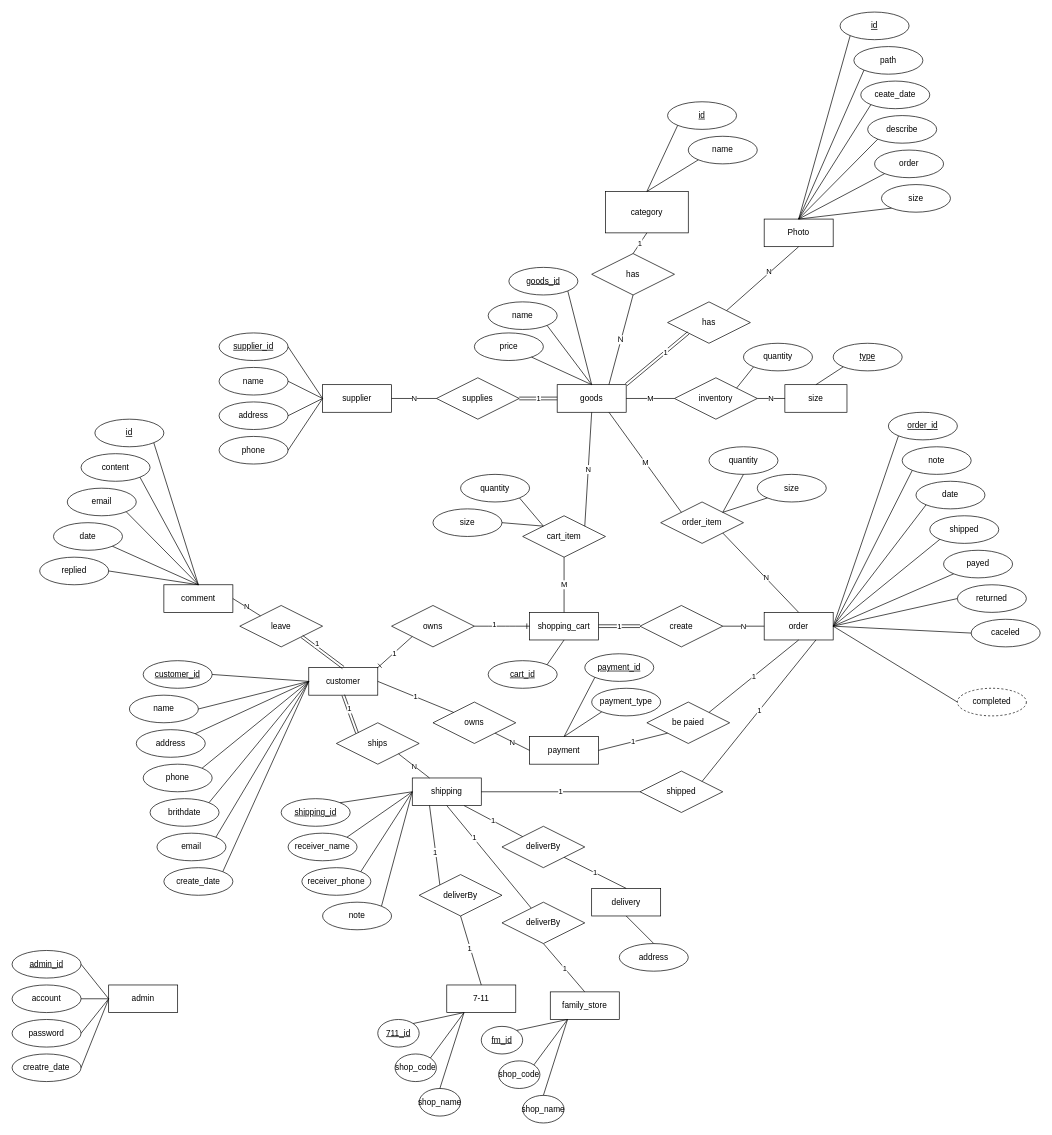
Earlier version of the draw.io diagram ERDiagram.drawio (BoshiLee/ecommerce). Source tidied: cells renumbered, new cells numbered last; positions are measured from the earlier drawing's top-left corner, leaving out a move shared by most shapes. Both pictures are drawn from the tidied source at 69%, with x=0, y=0 at pixel (12, 12).
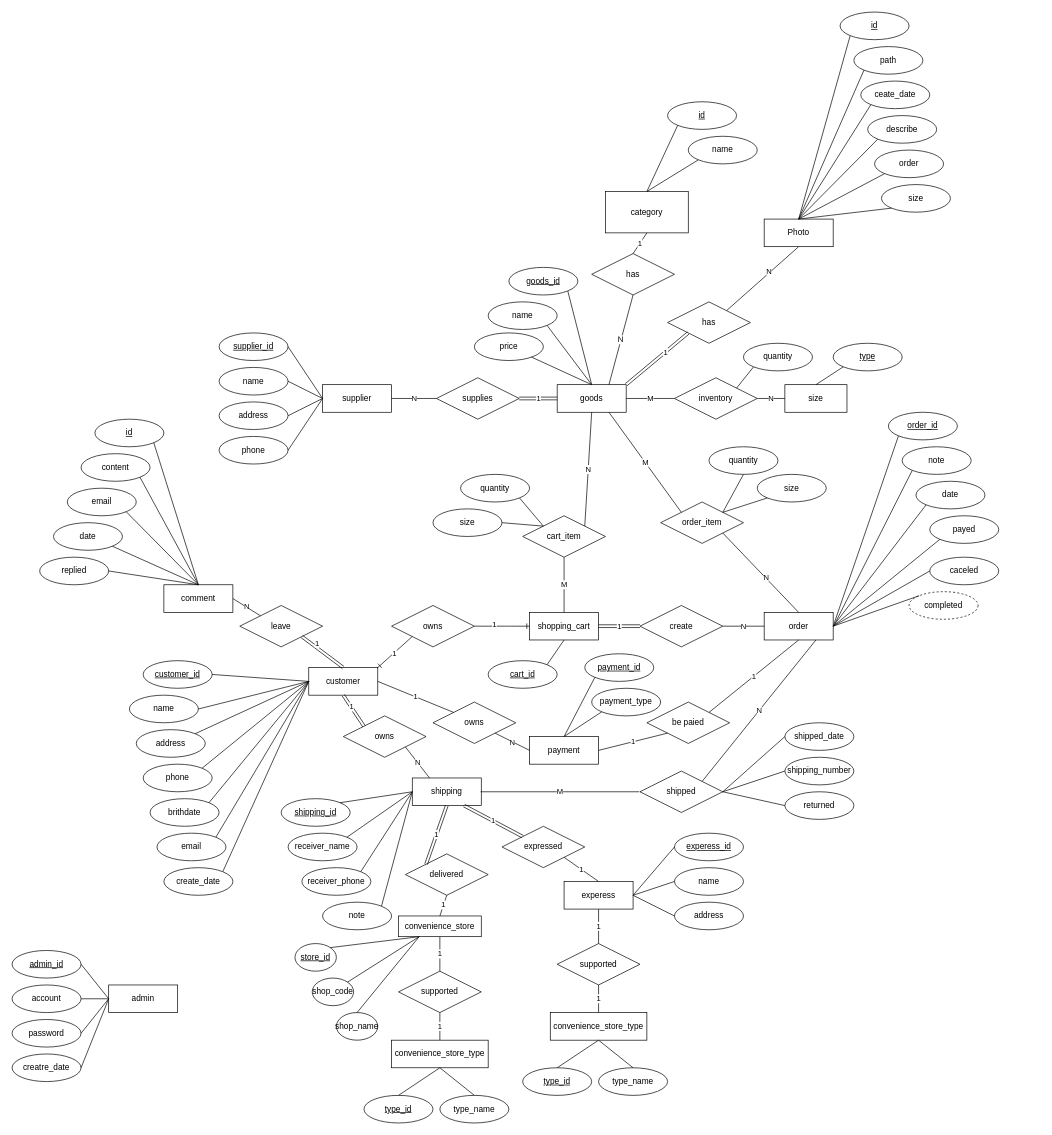
The same diagram, later.

The change refers to these unchanged cells:
```xml
<mxCell id="37" value="shipping" style="whiteSpace=wrap;html=1;align=center;" parent="1" vertex="1">
  <mxGeometry x="580" y="1110" width="100" height="40" as="geometry" />
</mxCell>
<mxCell id="41" value="order" style="whiteSpace=wrap;html=1;align=center;" parent="1" vertex="1">
  <mxGeometry x="1090" y="870" width="100" height="40" as="geometry" />
</mxCell>
<mxCell id="195" value="shipped" style="shape=rhombus;perimeter=rhombusPerimeter;whiteSpace=wrap;html=1;align=center;" parent="1" vertex="1">
  <mxGeometry x="910" y="1100" width="120" height="60" as="geometry" />
</mxCell>
```

Change to the diagram source:
```diff
@@
-    <mxCell id="40" value="ships" style="shape=rhombus;perimeter=rhombusPerimeter;whiteSpace=wrap;html=1;align=center;" parent="1" vertex="1">
-      <mxGeometry x="470" y="1030" width="120" height="60" as="geometry" />
+    <mxCell id="40" value="owns" style="shape=rhombus;perimeter=rhombusPerimeter;whiteSpace=wrap;html=1;align=center;" parent="1" vertex="1">
+      <mxGeometry x="480" y="1020" width="120" height="60" as="geometry" />
     </mxCell>
@@
-    <mxCell id="107" style="endArrow=none;html=1;rounded=0;entryX=0.25;entryY=1;entryDx=0;entryDy=0;exitX=0;exitY=0;exitDx=0;exitDy=0;" parent="1" edge="1" source="124" target="37">
-      <mxGeometry relative="1" as="geometry" />
-    </mxCell>
-    <mxCell id="108" value="1" style="edgeLabel;html=1;align=center;verticalAlign=middle;" parent="107" vertex="1">
-      <mxGeometry x="-0.18" y="1" relative="1" as="geometry" />
-    </mxCell>
-    <mxCell id="109" style="endArrow=none;html=1;rounded=0;entryX=0.5;entryY=1;entryDx=0;entryDy=0;exitX=0.5;exitY=0;exitDx=0;exitDy=0;" parent="1" edge="1" source="128" target="135">
-      <mxGeometry relative="1" as="geometry" />
-    </mxCell>
-    <mxCell id="110" value="1" style="edgeLabel;html=1;align=center;verticalAlign=middle;" parent="109" vertex="1">
-      <mxGeometry x="-0.03" relative="1" as="geometry" />
-    </mxCell>
-    <mxCell id="111" style="endArrow=none;html=1;rounded=0;entryX=0.5;entryY=1;entryDx=0;entryDy=0;" parent="1" edge="1" source="135" target="37">
-      <mxGeometry relative="1" as="geometry" />
-    </mxCell>
-    <mxCell id="112" value="1" style="edgeLabel;html=1;align=center;verticalAlign=middle;" parent="111" vertex="1">
-      <mxGeometry x="0.37" y="-1" relative="1" as="geometry" />
-    </mxCell>
-    <mxCell id="113" value="7-11" style="whiteSpace=wrap;html=1;align=center;" parent="1" vertex="1">
-      <mxGeometry x="630" y="1410" width="100" height="40" as="geometry" />
+    <mxCell id="113" value="convenience_store" style="whiteSpace=wrap;html=1;align=center;" parent="1" vertex="1">
+      <mxGeometry x="560" y="1310" width="120" height="30" as="geometry" />
     </mxCell>
-    <mxCell id="114" value="delivery" style="whiteSpace=wrap;html=1;align=center;" parent="1" vertex="1">
-      <mxGeometry x="840" y="1270" width="100" height="40" as="geometry" />
+    <mxCell id="114" value="experess" style="whiteSpace=wrap;html=1;align=center;" parent="1" vertex="1">
+      <mxGeometry x="800" y="1260" width="100" height="40" as="geometry" />
     </mxCell>
-    <mxCell id="115" value="711_id" style="ellipse;whiteSpace=wrap;html=1;fontStyle=4;" parent="1" vertex="1">
-      <mxGeometry x="530" y="1460" width="60" height="40" as="geometry" />
+    <mxCell id="115" value="store_id" style="ellipse;whiteSpace=wrap;html=1;fontStyle=4;" parent="1" vertex="1">
+      <mxGeometry x="410" y="1350" width="60" height="40" as="geometry" />
     </mxCell>
     <mxCell id="116" value="shop_code" style="ellipse;whiteSpace=wrap;html=1;" parent="1" vertex="1">
-      <mxGeometry x="555" y="1510" width="60" height="40" as="geometry" />
+      <mxGeometry x="435" y="1400" width="60" height="40" as="geometry" />
     </mxCell>
     <mxCell id="117" value="shop_name" style="ellipse;whiteSpace=wrap;html=1;" parent="1" vertex="1">
-      <mxGeometry x="590" y="1560" width="60" height="40" as="geometry" />
+      <mxGeometry x="470" y="1450" width="60" height="40" as="geometry" />
     </mxCell>
@@
-    <mxCell id="124" value="deliverBy" style="shape=rhombus;perimeter=rhombusPerimeter;whiteSpace=wrap;html=1;align=center;" parent="1" vertex="1">
-      <mxGeometry x="590" y="1250" width="120" height="60" as="geometry" />
+    <mxCell id="124" value="delivered" style="shape=rhombus;perimeter=rhombusPerimeter;whiteSpace=wrap;html=1;align=center;" parent="1" vertex="1">
+      <mxGeometry x="570" y="1220" width="120" height="60" as="geometry" />
     </mxCell>
@@
-    <mxCell id="128" value="family_store" style="whiteSpace=wrap;html=1;align=center;" parent="1" vertex="1">
-      <mxGeometry x="780" y="1420" width="100" height="40" as="geometry" />
-    </mxCell>
-    <mxCell id="129" value="fm_id" style="ellipse;whiteSpace=wrap;html=1;fontStyle=4;" parent="1" vertex="1">
-      <mxGeometry x="680" y="1470" width="60" height="40" as="geometry" />
-    </mxCell>
-    <mxCell id="130" value="shop_code" style="ellipse;whiteSpace=wrap;html=1;" parent="1" vertex="1">
-      <mxGeometry x="705" y="1520" width="60" height="40" as="geometry" />
-    </mxCell>
-    <mxCell id="131" value="shop_name" style="ellipse;whiteSpace=wrap;html=1;" parent="1" vertex="1">
-      <mxGeometry x="740" y="1570" width="60" height="40" as="geometry" />
-    </mxCell>
-    <mxCell id="132" style="endArrow=none;html=1;rounded=0;exitX=1;exitY=0;exitDx=0;exitDy=0;entryX=0.25;entryY=1;entryDx=0;entryDy=0;" parent="1" edge="1" source="129" target="128">
-      <mxGeometry relative="1" as="geometry" />
-    </mxCell>
-    <mxCell id="133" style="endArrow=none;html=1;rounded=0;exitX=1;exitY=0;exitDx=0;exitDy=0;entryX=0.25;entryY=1;entryDx=0;entryDy=0;" parent="1" edge="1" source="130" target="128">
-      <mxGeometry relative="1" as="geometry" />
-    </mxCell>
-    <mxCell id="134" style="endArrow=none;html=1;rounded=0;exitX=0.5;exitY=0;exitDx=0;exitDy=0;entryX=0.25;entryY=1;entryDx=0;entryDy=0;" parent="1" edge="1" source="131" target="128">
-      <mxGeometry relative="1" as="geometry" />
-    </mxCell>
-    <mxCell id="135" value="deliverBy" style="shape=rhombus;perimeter=rhombusPerimeter;whiteSpace=wrap;html=1;align=center;" parent="1" vertex="1">
-      <mxGeometry x="710" y="1290" width="120" height="60" as="geometry" />
-    </mxCell>
@@
-    <mxCell id="138" value="deliverBy" style="shape=rhombus;perimeter=rhombusPerimeter;whiteSpace=wrap;html=1;align=center;" parent="1" vertex="1">
+    <mxCell id="138" value="expressed" style="shape=rhombus;perimeter=rhombusPerimeter;whiteSpace=wrap;html=1;align=center;" parent="1" vertex="1">
       <mxGeometry x="710" y="1180" width="120" height="60" as="geometry" />
     </mxCell>
-    <mxCell id="139" value="1" style="endArrow=none;html=1;rounded=0;entryX=0;entryY=0;entryDx=0;entryDy=0;exitX=0.75;exitY=1;exitDx=0;exitDy=0;" parent="1" edge="1" source="37" target="138">
-      <mxGeometry relative="1" as="geometry" />
-    </mxCell>
@@
     <mxCell id="141" value="address" style="ellipse;whiteSpace=wrap;html=1;align=center;" parent="1" vertex="1">
-      <mxGeometry x="880" y="1350" width="100" height="40" as="geometry" />
+      <mxGeometry x="960" y="1290" width="100" height="40" as="geometry" />
     </mxCell>
-    <mxCell id="142" style="endArrow=none;html=1;rounded=0;entryX=0.5;entryY=0;entryDx=0;entryDy=0;exitX=0.5;exitY=1;exitDx=0;exitDy=0;" parent="1" edge="1" source="114" target="141">
+    <mxCell id="142" style="endArrow=none;html=1;rounded=0;entryX=0;entryY=0.5;entryDx=0;entryDy=0;exitX=1;exitY=0.5;exitDx=0;exitDy=0;" parent="1" edge="1" source="114" target="141">
       <mxGeometry relative="1" as="geometry" />
     </mxCell>
@@
-    <mxCell id="150" value="1" style="endArrow=none;html=1;rounded=0;exitX=1;exitY=0.5;exitDx=0;exitDy=0;entryX=0;entryY=0.5;entryDx=0;entryDy=0;" parent="1" edge="1" source="37" target="195">
-      <mxGeometry relative="1" as="geometry" />
+    <mxCell id="150" value="M" style="endArrow=none;html=1;rounded=0;exitX=1;exitY=0.5;exitDx=0;exitDy=0;entryX=0;entryY=0.5;entryDx=0;entryDy=0;" parent="1" edge="1">
+      <mxGeometry relative="1" as="geometry">
+        <mxPoint x="679" y="1130" as="sourcePoint" />
+        <mxPoint x="909" y="1130" as="targetPoint" />
+      </mxGeometry>
     </mxCell>
@@
-    <mxCell id="155" value="shipped" style="ellipse;whiteSpace=wrap;html=1;align=center;" parent="1" vertex="1">
-      <mxGeometry x="1330" y="730" width="100" height="40" as="geometry" />
+    <mxCell id="155" value="shipped_date" style="ellipse;whiteSpace=wrap;html=1;align=center;" parent="1" vertex="1">
+      <mxGeometry x="1120" y="1030" width="100" height="40" as="geometry" />
     </mxCell>
     <mxCell id="156" value="payed" style="ellipse;whiteSpace=wrap;html=1;align=center;" parent="1" vertex="1">
-      <mxGeometry x="1350" y="780" width="100" height="40" as="geometry" />
+      <mxGeometry x="1330" y="730" width="100" height="40" as="geometry" />
     </mxCell>
     <mxCell id="157" value="completed" style="ellipse;whiteSpace=wrap;html=1;align=center;dashed=1;" parent="1" vertex="1">
-      <mxGeometry x="1370" y="980" width="100" height="40" as="geometry" />
+      <mxGeometry x="1300" y="840" width="100" height="40" as="geometry" />
     </mxCell>
@@
-    <mxCell id="160" style="endArrow=none;html=1;rounded=0;entryX=0;entryY=1;entryDx=0;entryDy=0;exitX=1;exitY=0.5;exitDx=0;exitDy=0;" parent="1" edge="1" source="41" target="155">
-      <mxGeometry relative="1" as="geometry" />
-    </mxCell>
@@
-    <mxCell id="162" style="endArrow=none;html=1;rounded=0;entryX=0;entryY=0.5;entryDx=0;entryDy=0;" parent="1" edge="1" target="157">
+    <mxCell id="162" style="endArrow=none;html=1;rounded=0;entryX=0;entryY=0;entryDx=0;entryDy=0;" parent="1" edge="1" target="157">
       <mxGeometry relative="1" as="geometry">
         <mxPoint x="1190" y="890" as="sourcePoint" />
       </mxGeometry>
     </mxCell>
@@
-    <mxCell id="186" value="returned" style="ellipse;whiteSpace=wrap;html=1;align=center;" parent="1" vertex="1">
-      <mxGeometry x="1370" y="830" width="100" height="40" as="geometry" />
-    </mxCell>
-    <mxCell id="187" style="endArrow=none;html=1;rounded=0;entryX=0;entryY=0.5;entryDx=0;entryDy=0;exitX=1;exitY=0.5;exitDx=0;exitDy=0;" parent="1" edge="1" source="41" target="186">
-      <mxGeometry relative="1" as="geometry" />
-    </mxCell>
     <mxCell id="188" value="caceled" style="ellipse;whiteSpace=wrap;html=1;align=center;" parent="1" vertex="1">
-      <mxGeometry x="1390" y="880" width="100" height="40" as="geometry" />
+      <mxGeometry x="1330" y="790" width="100" height="40" as="geometry" />
     </mxCell>
@@
-    <mxCell id="199" value="1" style="endArrow=none;html=1;rounded=0;entryX=0.75;entryY=1;entryDx=0;entryDy=0;exitX=1;exitY=0;exitDx=0;exitDy=0;" parent="1" edge="1" source="195" target="41">
+    <mxCell id="199" value="N" style="endArrow=none;html=1;rounded=0;entryX=0.75;entryY=1;entryDx=0;entryDy=0;exitX=1;exitY=0;exitDx=0;exitDy=0;" parent="1" edge="1" source="195" target="41">
       <mxGeometry relative="1" as="geometry" />
     </mxCell>
+    <mxCell id="200" value="experess_id" style="ellipse;whiteSpace=wrap;html=1;align=center;fontStyle=4;" parent="1" vertex="1">
+      <mxGeometry x="960" y="1190" width="100" height="40" as="geometry" />
+    </mxCell>
+    <mxCell id="201" value="name" style="ellipse;whiteSpace=wrap;html=1;align=center;" parent="1" vertex="1">
+      <mxGeometry x="960" y="1240" width="100" height="40" as="geometry" />
+    </mxCell>
+    <mxCell id="202" style="endArrow=none;html=1;rounded=0;exitX=1;exitY=0.5;exitDx=0;exitDy=0;entryX=0;entryY=0.5;entryDx=0;entryDy=0;" parent="1" edge="1" source="114" target="200">
+      <mxGeometry relative="1" as="geometry" />
+    </mxCell>
+    <mxCell id="203" style="endArrow=none;html=1;rounded=0;exitX=0;exitY=0.5;exitDx=0;exitDy=0;entryX=1;entryY=0.5;entryDx=0;entryDy=0;" parent="1" edge="1" source="201" target="114">
+      <mxGeometry relative="1" as="geometry" />
+    </mxCell>
+    <mxCell id="204" value="1" style="shape=link;html=1;rounded=0;exitX=0.5;exitY=1;exitDx=0;exitDy=0;entryX=0;entryY=0;entryDx=0;entryDy=0;" parent="1" edge="1" source="37" target="124">
+      <mxGeometry relative="1" as="geometry" />
+    </mxCell>
+    <mxCell id="139" value="1" style="shape=link;html=1;rounded=0;exitX=0.75;exitY=1;exitDx=0;exitDy=0;entryX=0;entryY=0;entryDx=0;entryDy=0;" parent="1" edge="1" source="37" target="138">
+      <mxGeometry relative="1" as="geometry" />
+    </mxCell>
+    <mxCell id="205" value="convenience_store_type" style="whiteSpace=wrap;html=1;align=center;" parent="1" vertex="1">
+      <mxGeometry x="550" y="1490" width="140" height="40" as="geometry" />
+    </mxCell>
+    <mxCell id="206" value="supported" style="shape=rhombus;perimeter=rhombusPerimeter;whiteSpace=wrap;html=1;align=center;" parent="1" vertex="1">
+      <mxGeometry x="560" y="1390" width="120" height="60" as="geometry" />
+    </mxCell>
+    <mxCell id="207" value="1" style="endArrow=none;html=1;rounded=0;exitX=0.5;exitY=0;exitDx=0;exitDy=0;" parent="1" edge="1" source="206" target="113">
+      <mxGeometry relative="1" as="geometry" />
+    </mxCell>
+    <mxCell id="208" value="1" style="endArrow=none;html=1;rounded=0;exitX=0.5;exitY=0;exitDx=0;exitDy=0;entryX=0.5;entryY=1;entryDx=0;entryDy=0;" parent="1" edge="1" source="205" target="206">
+      <mxGeometry relative="1" as="geometry" />
+    </mxCell>
+    <mxCell id="209" value="type_name" style="ellipse;whiteSpace=wrap;html=1;align=center;" parent="1" vertex="1">
+      <mxGeometry x="620" y="1570" width="100" height="40" as="geometry" />
+    </mxCell>
+    <mxCell id="210" value="type_id" style="ellipse;whiteSpace=wrap;html=1;align=center;fontStyle=4;" parent="1" vertex="1">
+      <mxGeometry x="510" y="1570" width="100" height="40" as="geometry" />
+    </mxCell>
+    <mxCell id="211" style="endArrow=none;html=1;rounded=0;exitX=0.5;exitY=0;exitDx=0;exitDy=0;entryX=0.5;entryY=1;entryDx=0;entryDy=0;" parent="1" edge="1" source="210" target="205">
+      <mxGeometry relative="1" as="geometry" />
+    </mxCell>
+    <mxCell id="212" style="endArrow=none;html=1;rounded=0;exitX=0.5;exitY=0;exitDx=0;exitDy=0;entryX=0.5;entryY=1;entryDx=0;entryDy=0;" parent="1" edge="1" source="209" target="205">
+      <mxGeometry relative="1" as="geometry" />
+    </mxCell>
+    <mxCell id="213" value="supported" style="shape=rhombus;perimeter=rhombusPerimeter;whiteSpace=wrap;html=1;align=center;" parent="1" vertex="1">
+      <mxGeometry x="790" y="1350" width="120" height="60" as="geometry" />
+    </mxCell>
+    <mxCell id="214" value="1" style="endArrow=none;html=1;rounded=0;entryX=0.5;entryY=1;entryDx=0;entryDy=0;" parent="1" edge="1" target="213">
+      <mxGeometry relative="1" as="geometry">
+        <mxPoint x="850" y="1450" as="sourcePoint" />
+      </mxGeometry>
+    </mxCell>
+    <mxCell id="215" value="type_name" style="ellipse;whiteSpace=wrap;html=1;align=center;" parent="1" vertex="1">
+      <mxGeometry x="850" y="1530" width="100" height="40" as="geometry" />
+    </mxCell>
+    <mxCell id="216" value="type_id" style="ellipse;whiteSpace=wrap;html=1;align=center;fontStyle=4;" parent="1" vertex="1">
+      <mxGeometry x="740" y="1530" width="100" height="40" as="geometry" />
+    </mxCell>
+    <mxCell id="217" style="endArrow=none;html=1;rounded=0;exitX=0.5;exitY=0;exitDx=0;exitDy=0;entryX=0.5;entryY=1;entryDx=0;entryDy=0;" parent="1" edge="1" source="215">
+      <mxGeometry relative="1" as="geometry">
+        <mxPoint x="850" y="1490" as="targetPoint" />
+      </mxGeometry>
+    </mxCell>
+    <mxCell id="218" value="convenience_store_type" style="whiteSpace=wrap;html=1;align=center;" parent="1" vertex="1">
+      <mxGeometry x="780" y="1450" width="140" height="40" as="geometry" />
+    </mxCell>
+    <mxCell id="219" style="endArrow=none;html=1;rounded=0;exitX=0.5;exitY=0;exitDx=0;exitDy=0;entryX=0.5;entryY=1;entryDx=0;entryDy=0;" parent="1" edge="1" source="216" target="218">
+      <mxGeometry relative="1" as="geometry" />
+    </mxCell>
+    <mxCell id="220" value="1" style="endArrow=none;html=1;rounded=0;entryX=0.5;entryY=1;entryDx=0;entryDy=0;" parent="1" edge="1" source="213" target="114">
+      <mxGeometry relative="1" as="geometry" />
+    </mxCell>
+    <mxCell id="186" value="returned" style="ellipse;whiteSpace=wrap;html=1;align=center;" parent="1" vertex="1">
+      <mxGeometry x="1120" y="1130" width="100" height="40" as="geometry" />
+    </mxCell>
+    <mxCell id="221" value="shipping_number" style="ellipse;whiteSpace=wrap;html=1;align=center;" parent="1" vertex="1">
+      <mxGeometry x="1120" y="1080" width="100" height="40" as="geometry" />
+    </mxCell>
+    <mxCell id="222" style="endArrow=none;html=1;rounded=0;exitX=1;exitY=0.5;exitDx=0;exitDy=0;entryX=0;entryY=0.5;entryDx=0;entryDy=0;" parent="1" edge="1" source="195" target="155">
+      <mxGeometry relative="1" as="geometry" />
+    </mxCell>
+    <mxCell id="223" style="endArrow=none;html=1;rounded=0;exitX=1;exitY=0.5;exitDx=0;exitDy=0;entryX=0;entryY=0.5;entryDx=0;entryDy=0;" parent="1" edge="1" source="195" target="221">
+      <mxGeometry relative="1" as="geometry" />
+    </mxCell>
+    <mxCell id="224" style="endArrow=none;html=1;rounded=0;entryX=0;entryY=0.5;entryDx=0;entryDy=0;" parent="1" edge="1" target="186">
+      <mxGeometry relative="1" as="geometry">
+        <mxPoint x="1030" y="1130" as="sourcePoint" />
+      </mxGeometry>
+    </mxCell>
```
